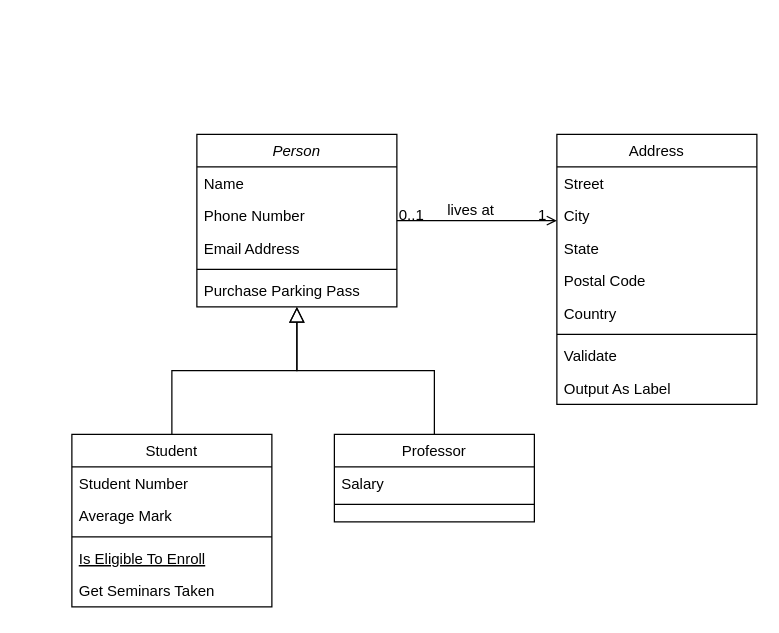
This is Diagrama sem nome.drawio from NathLima1105/Balonismo, a draw.io file, before an edit. Source tidied: cells renumbered, new cells numbered last; positions are measured from the earlier drawing's top-left corner, leaving out a move shared by most shapes. Both pictures are drawn from the tidied source at 125%, with x=0, y=0 at pixel (71, 134).
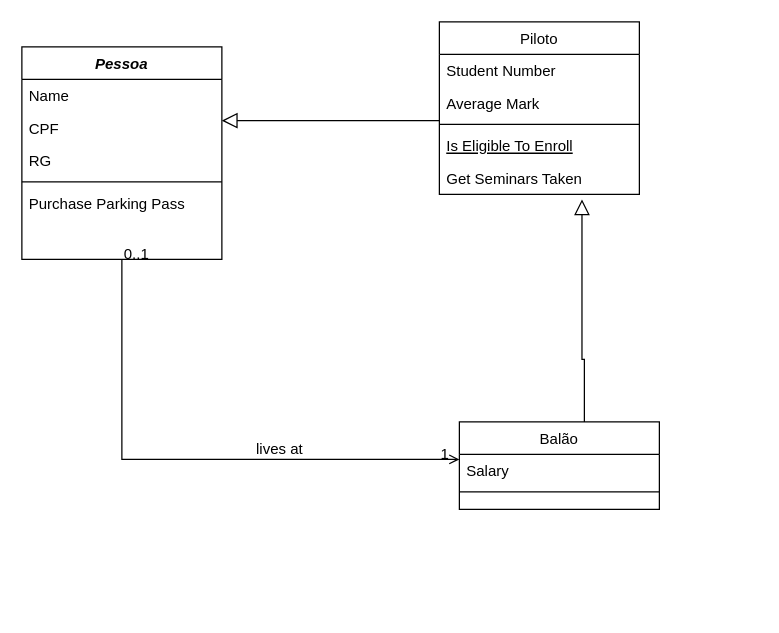
The same page after the edit.

The change refers to these unchanged cells:
```xml
<mxCell id="13" value="Get Seminars Taken" style="text;align=left;verticalAlign=top;spacingLeft=4;spacingRight=4;overflow=hidden;points=[[0,0.5],[1,0.5]];portConstraint=eastwest;" parent="8" vertex="1">
  <mxGeometry y="112" width="160" height="26" as="geometry" />
</mxCell>
<mxCell id="16" value="Salary" style="text;align=left;verticalAlign=top;spacingLeft=4;spacingRight=4;overflow=hidden;points=[[0,0.5],[1,0.5]];portConstraint=eastwest;" parent="15" vertex="1">
  <mxGeometry y="26" width="160" height="26" as="geometry" />
</mxCell>
```

The edit, as a diff of the source:
```diff
@@
-    <mxCell id="2" value="Person" style="swimlane;fontStyle=2;align=center;verticalAlign=top;horizontal=1;startSize=26;rounded=0;shadow=0;strokeWidth=1;" parent="1" vertex="1">
-      <mxGeometry x="100" width="160" height="138" as="geometry" />
+    <mxCell id="2" value="Pessoa" style="swimlane;fontStyle=3;align=center;verticalAlign=top;horizontal=1;startSize=26;rounded=0;shadow=0;strokeWidth=1;" parent="1" vertex="1">
+      <mxGeometry x="-40" y="-70" width="160" height="170" as="geometry" />
     </mxCell>
@@
-    <mxCell id="4" value="Phone Number" style="text;align=left;verticalAlign=top;spacingLeft=4;spacingRight=4;overflow=hidden;rounded=0;shadow=0;html=0;" parent="2" vertex="1">
+    <mxCell id="4" value="CPF" style="text;align=left;verticalAlign=top;spacingLeft=4;spacingRight=4;overflow=hidden;rounded=0;shadow=0;html=0;" parent="2" vertex="1">
       <mxGeometry y="52" width="160" height="26" as="geometry" />
     </mxCell>
-    <mxCell id="5" value="Email Address" style="text;align=left;verticalAlign=top;spacingLeft=4;spacingRight=4;overflow=hidden;rounded=0;shadow=0;html=0;" parent="2" vertex="1">
+    <mxCell id="5" value="RG" style="text;align=left;verticalAlign=top;spacingLeft=4;spacingRight=4;overflow=hidden;rounded=0;shadow=0;html=0;" parent="2" vertex="1">
       <mxGeometry y="78" width="160" height="26" as="geometry" />
     </mxCell>
@@
-    <mxCell id="8" value="Student" style="swimlane;fontStyle=0;align=center;verticalAlign=top;horizontal=1;startSize=26;rounded=0;shadow=0;strokeWidth=1;" parent="1" vertex="1">
-      <mxGeometry y="240" width="160" height="138" as="geometry" />
+    <mxCell id="8" value="Piloto" style="swimlane;fontStyle=0;align=center;verticalAlign=top;horizontal=1;startSize=26;rounded=0;shadow=0;strokeWidth=1;" parent="1" vertex="1">
+      <mxGeometry x="294" y="-90" width="160" height="138" as="geometry" />
     </mxCell>
@@
-    <mxCell id="15" value="Professor" style="swimlane;fontStyle=0;align=center;verticalAlign=top;horizontal=1;startSize=26;rounded=0;shadow=0;strokeWidth=1;" parent="1" vertex="1">
-      <mxGeometry x="210" y="240" width="160" height="70" as="geometry" />
+    <mxCell id="15" value="Balão" style="swimlane;fontStyle=0;align=center;verticalAlign=top;horizontal=1;startSize=26;rounded=0;shadow=0;strokeWidth=1;" parent="1" vertex="1">
+      <mxGeometry x="310" y="230" width="160" height="70" as="geometry" />
     </mxCell>
@@
-    <mxCell id="18" style="endArrow=block;endSize=10;endFill=0;shadow=0;strokeWidth=1;rounded=0;edgeStyle=elbowEdgeStyle;elbow=vertical;" parent="1" edge="1" source="15" target="2">
-      <mxGeometry relative="1" as="geometry" />
+    <mxCell id="18" style="endArrow=block;endSize=10;endFill=0;shadow=0;strokeWidth=1;rounded=0;edgeStyle=elbowEdgeStyle;elbow=vertical;entryX=0.713;entryY=1.154;entryDx=0;entryDy=0;entryPerimeter=0;" parent="1" edge="1" source="15" target="13">
+      <mxGeometry relative="1" as="geometry">
+        <Array as="points">
+          <mxPoint x="410" y="180" />
+          <mxPoint x="320" y="170" />
+          <mxPoint x="100" y="150" />
+        </Array>
+      </mxGeometry>
     </mxCell>
-    <mxCell id="19" value="Address" style="swimlane;fontStyle=0;align=center;verticalAlign=top;horizontal=1;startSize=26;rounded=0;shadow=0;strokeWidth=1;" parent="1" vertex="1">
-      <mxGeometry x="388" width="160" height="216" as="geometry" />
-    </mxCell>
-    <mxCell id="20" value="Street" style="text;align=left;verticalAlign=top;spacingLeft=4;spacingRight=4;overflow=hidden;" parent="19" vertex="1">
-      <mxGeometry y="26" width="160" height="26" as="geometry" />
-    </mxCell>
-    <mxCell id="21" value="City" style="text;align=left;verticalAlign=top;spacingLeft=4;spacingRight=4;overflow=hidden;rounded=0;shadow=0;html=0;" parent="19" vertex="1">
-      <mxGeometry y="52" width="160" height="26" as="geometry" />
-    </mxCell>
-    <mxCell id="22" value="State" style="text;align=left;verticalAlign=top;spacingLeft=4;spacingRight=4;overflow=hidden;rounded=0;shadow=0;html=0;" parent="19" vertex="1">
-      <mxGeometry y="78" width="160" height="26" as="geometry" />
-    </mxCell>
-    <mxCell id="23" value="Postal Code" style="text;align=left;verticalAlign=top;spacingLeft=4;spacingRight=4;overflow=hidden;rounded=0;shadow=0;html=0;" parent="19" vertex="1">
-      <mxGeometry y="104" width="160" height="26" as="geometry" />
-    </mxCell>
-    <mxCell id="24" value="Country" style="text;align=left;verticalAlign=top;spacingLeft=4;spacingRight=4;overflow=hidden;rounded=0;shadow=0;html=0;" parent="19" vertex="1">
-      <mxGeometry y="130" width="160" height="26" as="geometry" />
-    </mxCell>
-    <mxCell id="25" style="line;html=1;strokeWidth=1;align=left;verticalAlign=middle;spacingTop=-1;spacingLeft=3;spacingRight=3;labelPosition=right;" parent="19" vertex="1">
-      <mxGeometry y="156" width="160" height="8" as="geometry" />
-    </mxCell>
-    <mxCell id="26" value="Validate" style="text;align=left;verticalAlign=top;spacingLeft=4;spacingRight=4;overflow=hidden;" parent="19" vertex="1">
-      <mxGeometry y="164" width="160" height="26" as="geometry" />
-    </mxCell>
-    <mxCell id="27" value="Output As Label" style="text;align=left;verticalAlign=top;spacingLeft=4;spacingRight=4;overflow=hidden;" parent="19" vertex="1">
-      <mxGeometry y="190" width="160" height="26" as="geometry" />
-    </mxCell>
-    <mxCell id="28" style="endArrow=open;shadow=0;strokeWidth=1;rounded=0;endFill=1;edgeStyle=elbowEdgeStyle;elbow=vertical;" parent="1" edge="1" source="2" target="19">
+    <mxCell id="28" style="endArrow=open;shadow=0;strokeWidth=1;rounded=0;endFill=1;edgeStyle=elbowEdgeStyle;elbow=vertical;" parent="1" edge="1" source="2" target="16">
       <mxGeometry x="0.5" y="41" relative="1" as="geometry">
+        <Array as="points">
+          <mxPoint x="160" y="260" />
+        </Array>
         <mxPoint x="-40" y="32" as="offset" />
       </mxGeometry>
     </mxCell>
```
